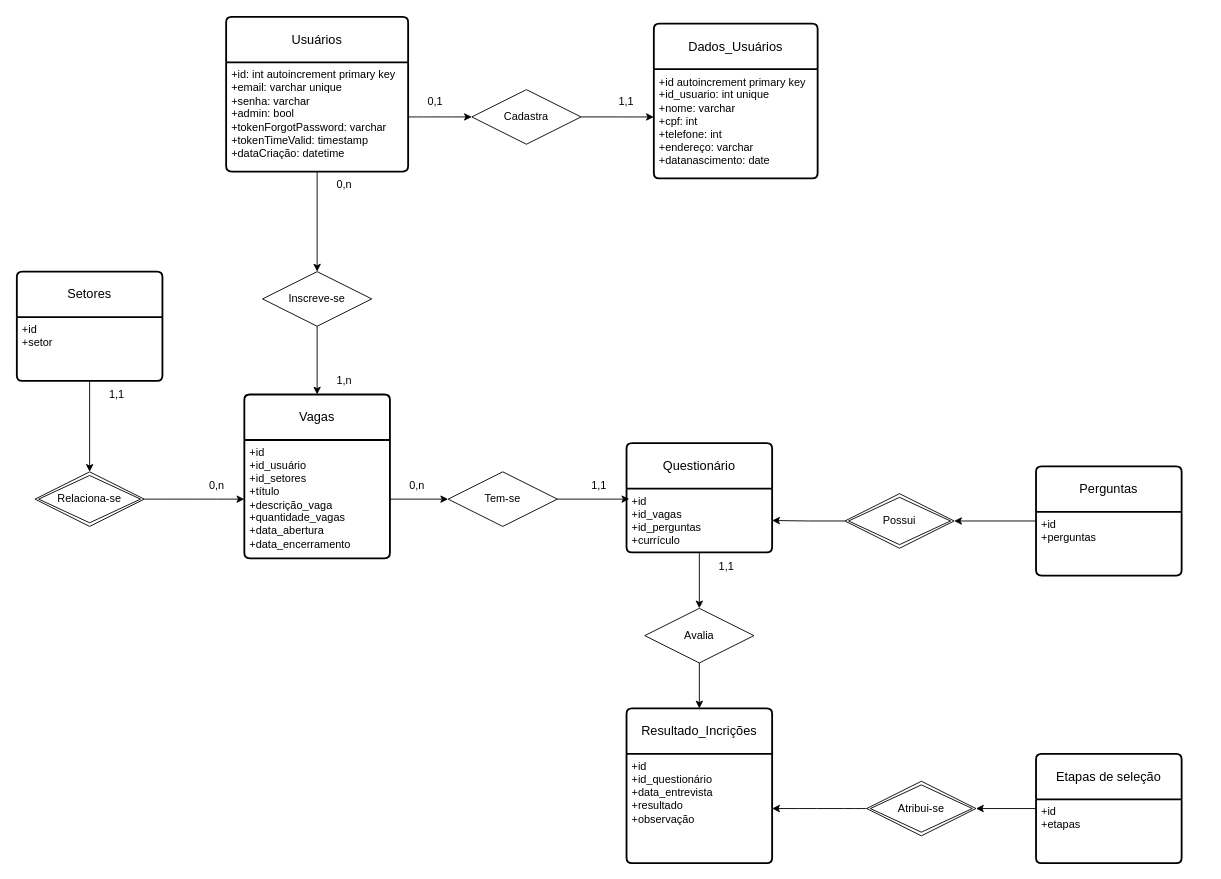
Above: Diagrama Modelo Relacional.drawio in ExtraProjects860/Project-Selection-Process-Control (draw.io), before the change. Source tidied: cells renumbered, new cells numbered last; positions are measured from the earlier drawing's top-left corner, leaving out a move shared by most shapes. Both pictures are drawn from the tidied source at 91%, with x=0, y=0 at pixel (16, 16).
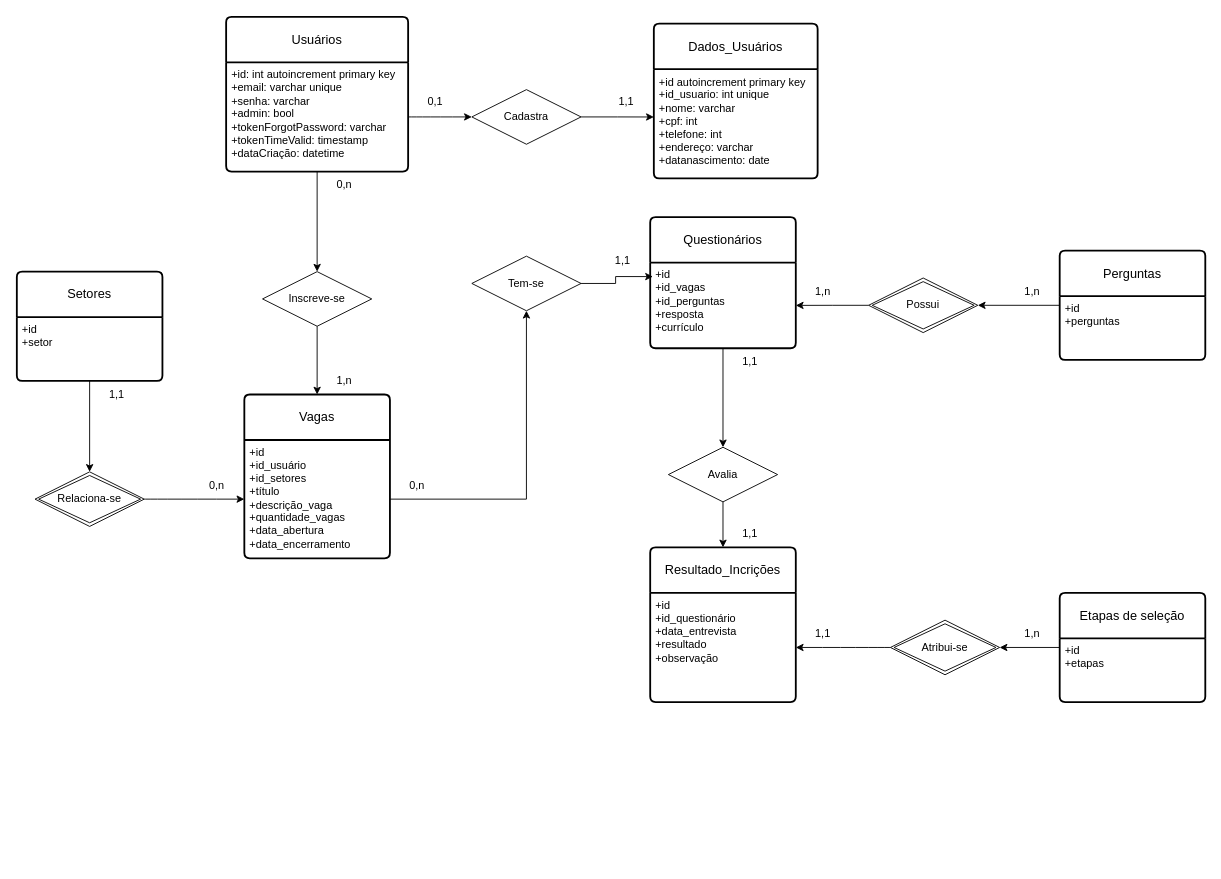
Above is the later version.

What changed in the source:
```diff
@@
     <mxCell id="7" value="Etapas de seleção" style="swimlane;horizontal=1;startSize=50;rounded=1;fontSize=14;fontStyle=0;strokeWidth=2;shadow=0;dashed=0;align=center;arcSize=4;whiteSpace=wrap;html=1;" parent="1" vertex="1">
-      <mxGeometry x="1120" y="810" width="160" height="120" as="geometry" />
+      <mxGeometry x="1146" y="633" width="160" height="120" as="geometry" />
     </mxCell>
@@
     <mxCell id="13" value="Resultado_Incrições" style="swimlane;horizontal=1;startSize=50;rounded=1;fontSize=14;fontStyle=0;strokeWidth=2;shadow=0;dashed=0;align=center;arcSize=4;whiteSpace=wrap;html=1;" parent="1" vertex="1">
-      <mxGeometry x="670" y="760" width="160" height="170" as="geometry" />
+      <mxGeometry x="696" y="583" width="160" height="170" as="geometry" />
     </mxCell>
@@
-    <mxCell id="17" value="Questionário" style="swimlane;horizontal=1;startSize=50;rounded=1;fontSize=14;fontStyle=0;strokeWidth=2;shadow=0;dashed=0;align=center;arcSize=4;whiteSpace=wrap;html=1;" parent="1" vertex="1">
-      <mxGeometry x="670" y="468.5" width="160" height="120" as="geometry" />
+    <mxCell id="17" value="Questionários" style="swimlane;horizontal=1;startSize=50;rounded=1;fontSize=14;fontStyle=0;strokeWidth=2;shadow=0;dashed=0;align=center;arcSize=4;whiteSpace=wrap;html=1;" parent="1" vertex="1">
+      <mxGeometry x="696" y="220" width="160" height="144.2" as="geometry" />
     </mxCell>
-    <mxCell id="18" value="+id&lt;div&gt;+id_vagas&lt;br&gt;+id_perguntas&lt;div&gt;+currículo&lt;/div&gt;&lt;/div&gt;" style="align=left;strokeColor=none;fillColor=none;spacingLeft=4;fontSize=12;verticalAlign=top;html=1;" parent="17" vertex="1">
-      <mxGeometry y="50" width="160" height="70" as="geometry" />
+    <mxCell id="18" value="+id&lt;div&gt;+id_vagas&lt;br&gt;+id_perguntas&lt;/div&gt;&lt;div&gt;+resposta&lt;br&gt;&lt;div&gt;+currículo&lt;/div&gt;&lt;/div&gt;" style="align=left;strokeColor=none;fillColor=none;spacingLeft=4;fontSize=12;verticalAlign=top;html=1;" parent="17" vertex="1">
+      <mxGeometry y="50" width="160" height="94.2" as="geometry" />
     </mxCell>
@@
     <mxCell id="20" value="Perguntas" style="swimlane;horizontal=1;startSize=50;rounded=1;fontSize=14;fontStyle=0;strokeWidth=2;shadow=0;dashed=0;align=center;arcSize=4;whiteSpace=wrap;html=1;" parent="1" vertex="1">
-      <mxGeometry x="1120" y="494" width="160" height="120" as="geometry" />
+      <mxGeometry x="1146" y="257" width="160" height="120" as="geometry" />
     </mxCell>
@@
     <mxCell id="25" value="Possui" style="shape=rhombus;double=1;perimeter=rhombusPerimeter;whiteSpace=wrap;html=1;align=center;" parent="1" vertex="1">
-      <mxGeometry x="910" y="524" width="120" height="60" as="geometry" />
+      <mxGeometry x="936" y="287" width="120" height="60" as="geometry" />
     </mxCell>
     <mxCell id="26" value="Atribui-se" style="shape=rhombus;double=1;perimeter=rhombusPerimeter;whiteSpace=wrap;html=1;align=center;" parent="1" vertex="1">
-      <mxGeometry x="934" y="840" width="120" height="60" as="geometry" />
+      <mxGeometry x="960" y="663" width="120" height="60" as="geometry" />
     </mxCell>
@@
     <mxCell id="37" value="Tem-se" style="shape=rhombus;perimeter=rhombusPerimeter;whiteSpace=wrap;html=1;align=center;" parent="1" vertex="1">
-      <mxGeometry x="474" y="500" width="120" height="60" as="geometry" />
+      <mxGeometry x="500" y="263" width="120" height="60" as="geometry" />
     </mxCell>
@@
     <mxCell id="41" value="Avalia" style="shape=rhombus;perimeter=rhombusPerimeter;whiteSpace=wrap;html=1;align=center;" parent="1" vertex="1">
-      <mxGeometry x="690" y="650" width="120" height="60" as="geometry" />
+      <mxGeometry x="716" y="473" width="120" height="60" as="geometry" />
     </mxCell>
@@
     <mxCell id="44" value="1,1" style="text;html=1;align=center;verticalAlign=middle;whiteSpace=wrap;rounded=0;" parent="1" vertex="1">
-      <mxGeometry x="610" y="500" width="60" height="30" as="geometry" />
+      <mxGeometry x="636" y="253" width="60" height="30" as="geometry" />
     </mxCell>
@@
     <mxCell id="47" value="1,1" style="text;html=1;align=center;verticalAlign=middle;whiteSpace=wrap;rounded=0;" parent="1" vertex="1">
-      <mxGeometry x="750" y="588.5" width="60" height="30" as="geometry" />
+      <mxGeometry x="776" y="364.2" width="60" height="30" as="geometry" />
     </mxCell>
+    <mxCell id="48" value="1,1" style="text;html=1;align=center;verticalAlign=middle;whiteSpace=wrap;rounded=0;" parent="1" vertex="1">
+      <mxGeometry x="776" y="553" width="60" height="30" as="geometry" />
+    </mxCell>
+    <mxCell id="49" value="1,n" style="text;html=1;align=center;verticalAlign=middle;whiteSpace=wrap;rounded=0;" parent="1" vertex="1">
+      <mxGeometry x="1086" y="287" width="60" height="30" as="geometry" />
+    </mxCell>
+    <mxCell id="50" value="1,n" style="text;html=1;align=center;verticalAlign=middle;whiteSpace=wrap;rounded=0;" parent="1" vertex="1">
+      <mxGeometry x="856" y="287" width="60" height="30" as="geometry" />
+    </mxCell>
+    <mxCell id="51" value="1,n" style="text;html=1;align=center;verticalAlign=middle;whiteSpace=wrap;rounded=0;" parent="1" vertex="1">
+      <mxGeometry x="1086" y="663" width="60" height="30" as="geometry" />
+    </mxCell>
+    <mxCell id="52" value="1,1" style="text;html=1;align=center;verticalAlign=middle;whiteSpace=wrap;rounded=0;" parent="1" vertex="1">
+      <mxGeometry x="856" y="663" width="60" height="30" as="geometry" />
+    </mxCell>
```
